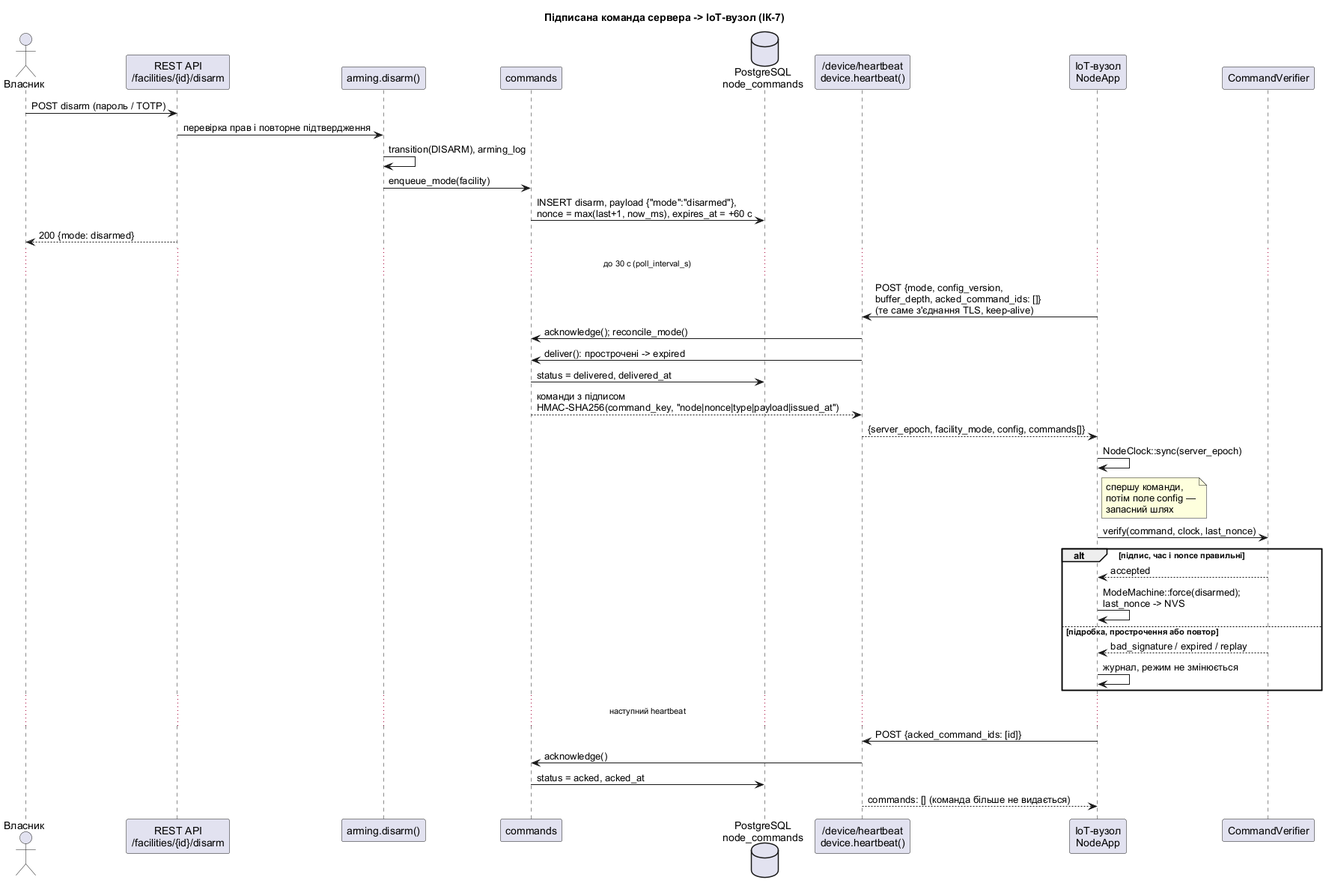
Before: docs/diagrams/iot-sequence-command.png, a diagram exported from PlantUML (NureDribnytsiaNazar/oberih).
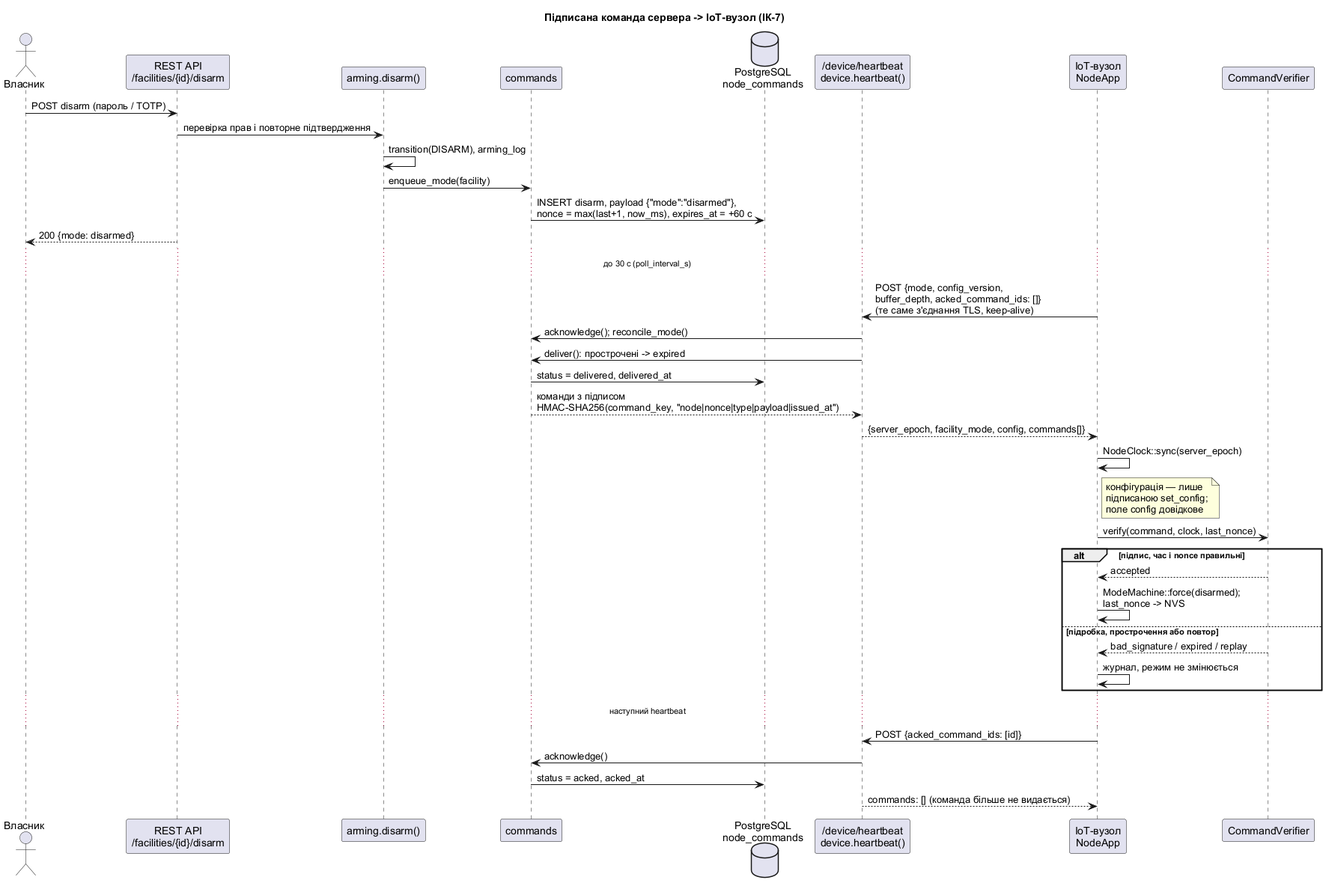
Later version of the same file.

Commit message:
IoT: конфігурація лише з підписаної команди set_config

What changed in the source:
```diff
@@ -28,7 +28,7 @@
 Commands --> Heartbeat : команди з підписом\nHMAC-SHA256(command_key, "node|nonce|type|payload|issued_at")
 Heartbeat --> Node : {server_epoch, facility_mode, config, commands[]}
 Node -> Node : NodeClock::sync(server_epoch)
-note right of Node : спершу команди,\nпотім поле config —\nзапасний шлях
+note right of Node : конфігурація — лише\nпідписаною set_config;\nполе config довідкове
 Node -> Verifier : verify(command, clock, last_nonce)
 alt підпис, час і nonce правильні
   Verifier --> Node : accepted
```
